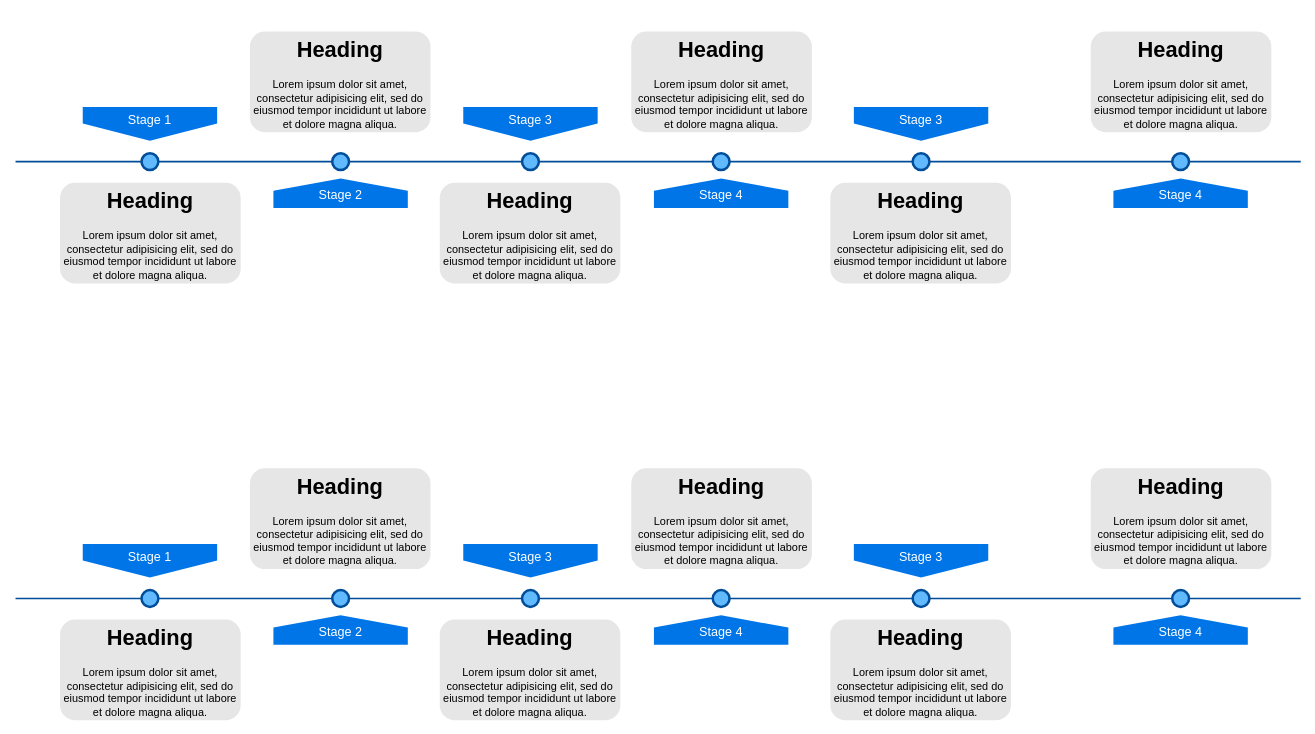
wuyongfeng/wuyongfeng keeps this draw.io diagram as page "Page-3" (2 of 2) of 赋强平台优化方案.drawio. Above is the earlier version. Source tidied: cells renumbered, new cells numbered last; positions are measured from the earlier drawing's top-left corner, leaving out a move shared by most shapes. Both pictures are drawn from the tidied source at 84%, with x=0, y=0 at pixel (15, 31).
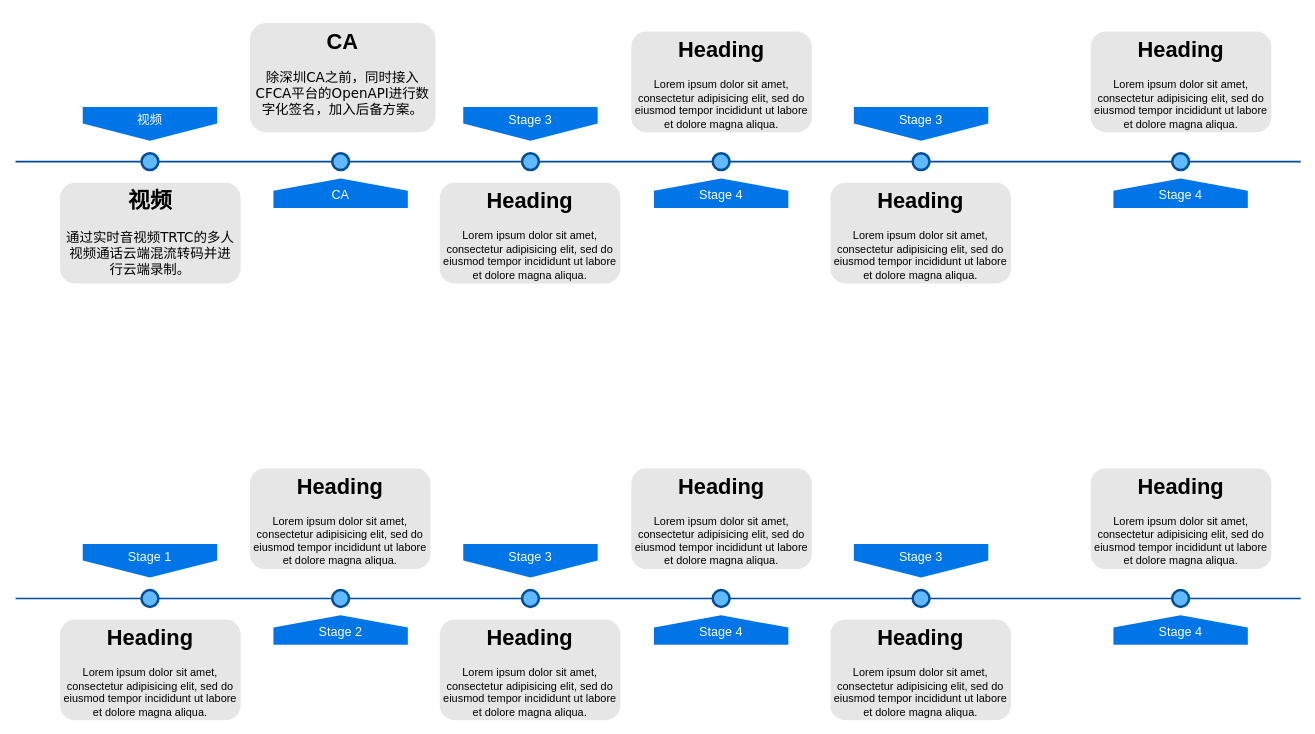
Above is the later version.

The edit, as a diff of the source:
```diff
@@
-    <mxCell id="3" value="Stage 1" style="shape=offPageConnector;whiteSpace=wrap;html=1;fillColor=#0075E8;fontSize=15;fontColor=#FFFFFF;size=0.5093750000000015;verticalAlign=top;strokeColor=none;" parent="1" vertex="1">
+    <mxCell id="3" value="视频" style="shape=offPageConnector;whiteSpace=wrap;html=1;fillColor=#0075E8;fontSize=15;fontColor=#FFFFFF;size=0.5093750000000015;verticalAlign=top;strokeColor=none;" parent="1" vertex="1">
       <mxGeometry x="80" y="90" width="160" height="40" as="geometry" />
     </mxCell>
@@
-    <mxCell id="5" value="&lt;span&gt;Stage 2&lt;/span&gt;" style="shape=offPageConnector;whiteSpace=wrap;html=1;fillColor=#0075E8;fontSize=15;fontColor=#FFFFFF;size=0.4178571428571445;flipV=1;verticalAlign=bottom;strokeColor=none;spacingBottom=4;" parent="1" vertex="1">
+    <mxCell id="5" value="&lt;span&gt;CA&lt;/span&gt;" style="shape=offPageConnector;whiteSpace=wrap;html=1;fillColor=#0075E8;fontSize=15;fontColor=#FFFFFF;size=0.4178571428571445;flipV=1;verticalAlign=bottom;strokeColor=none;spacingBottom=4;" parent="1" vertex="1">
       <mxGeometry x="307" y="175" width="160" height="35" as="geometry" />
     </mxCell>
@@
-    <mxCell id="11" value="&lt;h1&gt;Heading&lt;/h1&gt;&lt;p&gt;Lorem ipsum dolor sit amet, consectetur adipisicing elit, sed do eiusmod tempor incididunt ut labore et dolore magna aliqua.&lt;/p&gt;" style="text;html=1;spacing=5;spacingTop=-20;whiteSpace=wrap;overflow=hidden;strokeColor=none;strokeWidth=3;fillColor=#E6E6E6;fontSize=13;fontColor=#000000;align=center;rounded=1;" parent="1" vertex="1">
+    <mxCell id="11" value="&lt;h1&gt;视频&lt;/h1&gt;&lt;p&gt;&lt;span style=&quot;font-family: &amp;#34;verdana&amp;#34; ; font-size: 16px ; text-align: left&quot;&gt;通过实时音视频TRTC的多人视频通话云端混流转码并进行云端录制。&lt;/span&gt;&lt;/p&gt;" style="text;html=1;spacing=5;spacingTop=-20;whiteSpace=wrap;overflow=hidden;strokeColor=none;strokeWidth=3;fillColor=#E6E6E6;fontSize=13;fontColor=#000000;align=center;rounded=1;" parent="1" vertex="1">
       <mxGeometry x="53" y="180" width="215" height="120" as="geometry" />
     </mxCell>
-    <mxCell id="12" value="&lt;h1&gt;Heading&lt;/h1&gt;&lt;p&gt;Lorem ipsum dolor sit amet, consectetur adipisicing elit, sed do eiusmod tempor incididunt ut labore et dolore magna aliqua.&lt;/p&gt;" style="text;html=1;spacing=5;spacingTop=-20;whiteSpace=wrap;overflow=hidden;strokeColor=none;strokeWidth=3;fillColor=#E6E6E6;fontSize=13;fontColor=#000000;align=center;rounded=1;" parent="1" vertex="1">
-      <mxGeometry x="279" width="215" height="120" as="geometry" />
+    <mxCell id="12" value="&lt;h1&gt;CA&lt;/h1&gt;&lt;p&gt;&lt;span style=&quot;font-family: &amp;#34;verdana&amp;#34; ; font-size: 16px ; text-align: left&quot;&gt;除深圳CA之前，同时接入CFCA平台的OpenAPI进行数字化签名，加入后备方案。&lt;/span&gt;&lt;/p&gt;" style="text;html=1;spacing=5;spacingTop=-20;whiteSpace=wrap;overflow=hidden;strokeColor=none;strokeWidth=3;fillColor=#E6E6E6;fontSize=13;fontColor=#000000;align=center;rounded=1;" parent="1" vertex="1">
+      <mxGeometry x="279" y="-10" width="221" height="130" as="geometry" />
     </mxCell>
```
